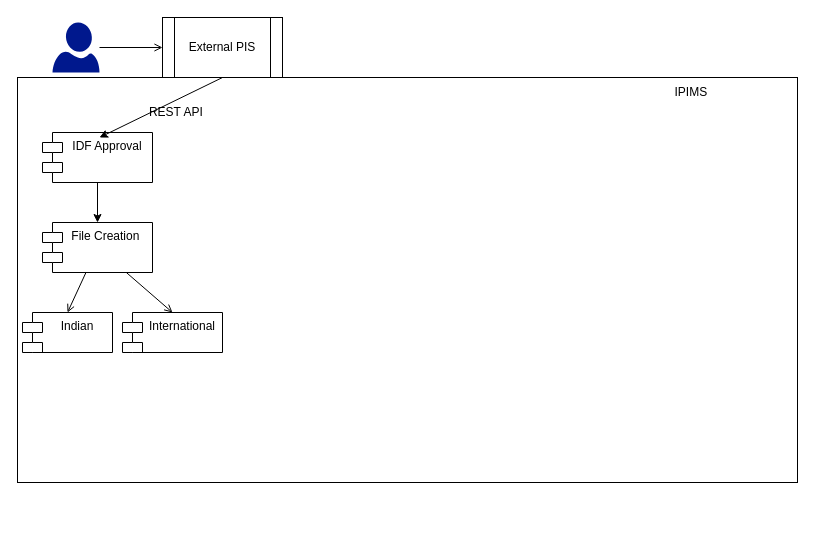
Earlier version of the draw.io diagram cnc.drawio (shpriya-bits/github-upload). Source tidied: cells renumbered, new cells numbered last; positions are measured from the earlier drawing's top-left corner, leaving out a move shared by most shapes. Both pictures are drawn from the tidied source at 100%, with x=0, y=0 at pixel (17, 17).
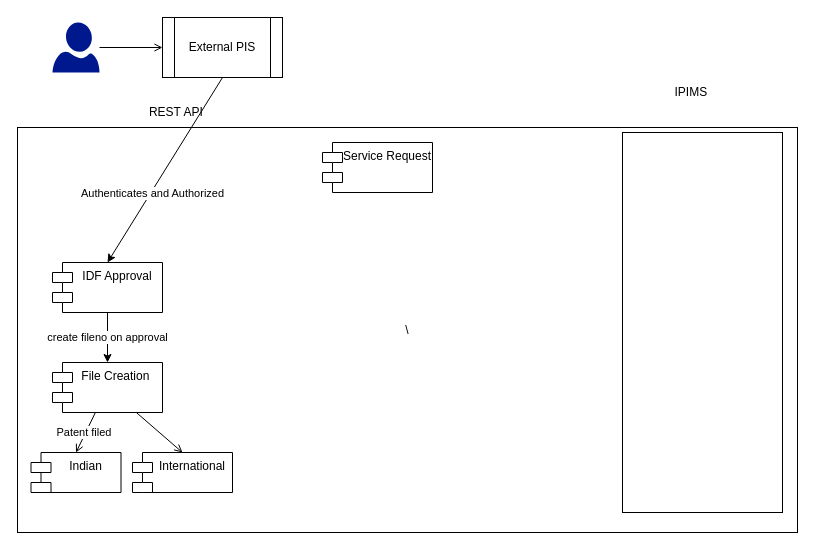
The same diagram, later.

Diff of the diagram source:
```diff
@@
 <mxGraphModel>
   <root>
     <mxCell id="0" />
     <mxCell id="1" parent="0" />
-    <mxCell id="2" style="rounded=0;whiteSpace=wrap;html=1;" parent="1" vertex="1">
-      <mxGeometry y="60" width="780" height="405" as="geometry" />
+    <mxCell id="2" value="\" style="rounded=0;whiteSpace=wrap;html=1;" parent="1" vertex="1">
+      <mxGeometry y="110" width="780" height="405" as="geometry" />
     </mxCell>
     <mxCell id="3" style="edgeStyle=orthogonalEdgeStyle;rounded=0;jettySize=auto;html=1;startArrow=none;startFill=0;endArrow=open;endFill=0;" parent="1" edge="1" source="4" target="5">
       <mxGeometry relative="1" as="geometry" />
     </mxCell>
     <mxCell id="4" style="shadow=0;dashed=0;html=1;strokeColor=none;labelPosition=center;verticalLabelPosition=bottom;verticalAlign=top;align=center;fillColor=#00188D;shape=mxgraph.azure.user;" parent="1" vertex="1">
       <mxGeometry x="35" y="5" width="47" height="50" as="geometry" />
     </mxCell>
     <mxCell id="5" value="External PIS" style="shape=process;whiteSpace=wrap;html=1;backgroundOutline=1;" parent="1" vertex="1">
       <mxGeometry x="145" width="120" height="60" as="geometry" />
     </mxCell>
-    <mxCell id="6" style="edgeStyle=orthogonalEdgeStyle;rounded=0;jettySize=auto;html=1;" parent="1" edge="1" source="7" target="10">
+    <mxCell id="6" value="create fileno on approval" style="edgeStyle=orthogonalEdgeStyle;rounded=0;jettySize=auto;html=1;" parent="1" edge="1" source="7" target="10">
       <mxGeometry relative="1" as="geometry" />
     </mxCell>
     <mxCell id="7" value="IDF Approval" style="shape=module;align=left;spacingLeft=20;align=center;verticalAlign=top;" parent="1" vertex="1">
-      <mxGeometry x="25" y="115" width="110" height="50" as="geometry" />
+      <mxGeometry x="35" y="245" width="110" height="50" as="geometry" />
     </mxCell>
-    <mxCell id="8" style="edgeStyle=none;rounded=0;jettySize=auto;html=1;entryX=0.5;entryY=0;entryDx=0;entryDy=0;startArrow=none;startFill=0;endArrow=open;endFill=0;" parent="1" edge="1" source="10" target="14">
+    <mxCell id="8" value="Patent filed&amp;nbsp;" style="edgeStyle=none;rounded=0;jettySize=auto;html=1;entryX=0.5;entryY=0;entryDx=0;entryDy=0;startArrow=none;startFill=0;endArrow=open;endFill=0;" parent="1" edge="1" source="10" target="14">
       <mxGeometry relative="1" as="geometry" />
     </mxCell>
     <mxCell id="9" style="edgeStyle=none;rounded=0;jettySize=auto;html=1;entryX=0.5;entryY=0;entryDx=0;entryDy=0;startArrow=none;startFill=0;endArrow=open;endFill=0;" parent="1" edge="1" source="10" target="15">
       <mxGeometry relative="1" as="geometry" />
     </mxCell>
     <mxCell id="10" value="File Creation " style="shape=module;align=left;spacingLeft=20;align=center;verticalAlign=top;" parent="1" vertex="1">
-      <mxGeometry x="25" y="205" width="110" height="50" as="geometry" />
+      <mxGeometry x="35" y="345" width="110" height="50" as="geometry" />
     </mxCell>
-    <mxCell id="11" style="endArrow=none;html=1;endFill=0;startArrow=classic;startFill=1;entryX=0.5;entryY=1;entryDx=0;entryDy=0;" parent="1" edge="1" target="5">
-      <mxGeometry relative="1" as="geometry">
-        <mxPoint x="82" y="120" as="sourcePoint" />
-      </mxGeometry>
+    <mxCell id="11" style="endArrow=none;html=1;endFill=0;startArrow=classic;startFill=1;entryX=0.5;entryY=1;entryDx=0;entryDy=0;exitX=0.5;exitY=0;exitDx=0;exitDy=0;" parent="1" edge="1" source="7" target="5">
+      <mxGeometry relative="1" as="geometry" />
     </mxCell>
+    <mxCell id="16" value="Authenticates and Authorized" style="edgeLabel;html=1;align=center;verticalAlign=middle;" parent="11" vertex="1">
+      <mxGeometry x="-0.24" y="-1" relative="1" as="geometry" />
+    </mxCell>
     <mxCell id="12" value="REST API&amp;nbsp;" style="text;html=1;align=center;verticalAlign=middle;" parent="1" vertex="1">
       <mxGeometry x="125" y="85" width="70" height="20" as="geometry" />
     </mxCell>
     <mxCell id="13" value="IPIMS&amp;nbsp;" style="text;html=1;align=center;verticalAlign=middle;" parent="1" vertex="1">
       <mxGeometry x="650" y="65" width="50" height="20" as="geometry" />
     </mxCell>
     <mxCell id="14" value="Indian" style="shape=module;align=left;spacingLeft=20;align=center;verticalAlign=top;" parent="1" vertex="1">
-      <mxGeometry x="5" y="295" width="90" height="40" as="geometry" />
+      <mxGeometry x="13.5" y="435" width="90" height="40" as="geometry" />
     </mxCell>
     <mxCell id="15" value="International" style="shape=module;align=left;spacingLeft=20;align=center;verticalAlign=top;" parent="1" vertex="1">
-      <mxGeometry x="105" y="295" width="100" height="40" as="geometry" />
+      <mxGeometry x="115" y="435" width="100" height="40" as="geometry" />
     </mxCell>
+    <mxCell id="17" value="Service Request" style="shape=module;align=left;spacingLeft=20;align=center;verticalAlign=top;" parent="1" vertex="1">
+      <mxGeometry x="305" y="125" width="110" height="50" as="geometry" />
+    </mxCell>
+    <mxCell id="18" style="edgeStyle=none;rounded=0;orthogonalLoop=1;jettySize=auto;html=1;exitX=0.5;exitY=1;exitDx=0;exitDy=0;startArrow=none;startFill=0;endArrow=open;endFill=0;" parent="1" edge="1" source="15" target="15">
+      <mxGeometry relative="1" as="geometry" />
+    </mxCell>
+    <mxCell id="19" style="rounded=0;whiteSpace=wrap;html=1;" parent="1" vertex="1">
+      <mxGeometry x="605" y="115" width="160" height="380" as="geometry" />
+    </mxCell>
   </root>
 </mxGraphModel>
```
